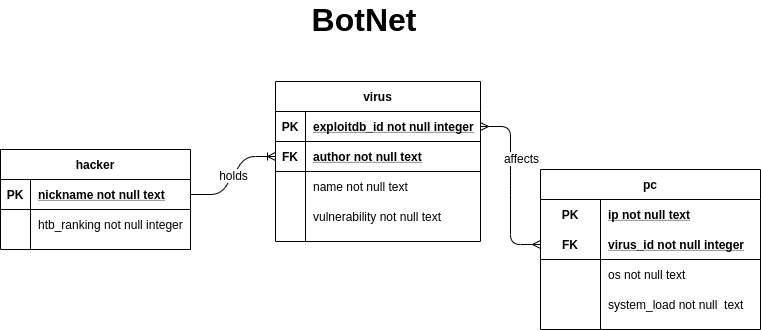
h0tw4t3r/uni_db_l1 keeps this draw.io diagram as er.png. Above is the earlier version. Source tidied: cells renumbered, new cells last; positions are measured from the earlier drawing's top-left corner, leaving out a move shared by most shapes.
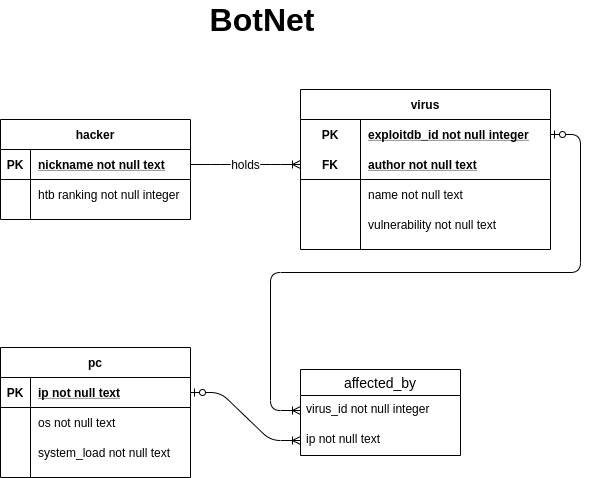
After the commit.

Diff of the diagram source:
```diff
@@ -5,115 +5,113 @@
     <mxCell id="2" value="&lt;font style=&quot;font-size: 32px&quot;&gt;BotNet&lt;/font&gt;" style="text;html=1;strokeColor=none;fillColor=none;align=center;verticalAlign=middle;whiteSpace=wrap;rounded=0;fontStyle=1;" parent="1" vertex="1">
       <mxGeometry x="307" width="114" height="20" as="geometry" />
     </mxCell>
-    <mxCell id="3" style="edgeStyle=entityRelationEdgeStyle;fontSize=12;html=1;endArrow=ERmany;startArrow=ERmany;" parent="1" edge="1" source="14" target="30">
-      <mxGeometry relative="1" as="geometry" />
-    </mxCell>
-    <mxCell id="4" value="affects" style="edgeLabel;html=1;align=center;verticalAlign=middle;fontSize=12;" parent="3" vertex="1">
-      <mxGeometry x="-0.48" y="-1" relative="1" as="geometry">
-        <mxPoint x="11.2" y="14" as="offset" />
-      </mxGeometry>
-    </mxCell>
-    <mxCell id="5" value="holds" style="edgeStyle=entityRelationEdgeStyle;fontSize=12;html=1;endArrow=ERoneToMany;entryX=0;entryY=0.5;entryDx=0;entryDy=0;" parent="1" edge="1" source="7" target="17">
+    <mxCell id="5" value="holds" style="edgeStyle=entityRelationEdgeStyle;fontSize=12;html=1;endArrow=ERoneToMany;entryX=0;entryY=0.5;entryDx=0;entryDy=0;" parent="1" edge="1" source="43" target="49">
       <mxGeometry relative="1" as="geometry" />
     </mxCell>
+    <mxCell id="39" style="edgeStyle=entityRelationEdgeStyle;fontSize=12;html=1;endArrow=ERoneToMany;startArrow=ERzeroToOne;entryX=0;entryY=0.5;entryDx=0;entryDy=0;exitX=1;exitY=0.5;exitDx=0;exitDy=0;" parent="1" edge="1" source="48" target="32">
+      <mxGeometry relative="1" as="geometry" />
+    </mxCell>
+    <mxCell id="40" style="edgeStyle=entityRelationEdgeStyle;fontSize=12;html=1;endArrow=ERoneToMany;startArrow=ERzeroToOne;" parent="1" edge="1" source="54" target="42">
+      <mxGeometry relative="1" as="geometry" />
+    </mxCell>
+    <mxCell id="41" value="affected_by" style="swimlane;fontStyle=0;horizontal=1;startSize=26;align=center;fontSize=14;" parent="1" vertex="1">
+      <mxGeometry x="402" y="360" width="160" height="86" as="geometry" />
+    </mxCell>
+    <mxCell id="32" value="virus_id not null integer" style="text;strokeColor=none;fillColor=none;spacingLeft=4;spacingRight=4;overflow=hidden;points=[[0,0.5],[1,0.5]];portConstraint=eastwest;fontSize=12;" parent="41" vertex="1">
+      <mxGeometry y="26" width="160" height="30" as="geometry" />
+    </mxCell>
+    <mxCell id="42" value="ip not null text" style="text;strokeColor=none;fillColor=none;spacingLeft=4;spacingRight=4;overflow=hidden;points=[[0,0.5],[1,0.5]];portConstraint=eastwest;fontSize=12;" parent="41" vertex="1">
+      <mxGeometry y="56" width="160" height="30" as="geometry" />
+    </mxCell>
     <mxCell id="6" value="hacker" style="shape=table;startSize=30;rowLines=0;fontStyle=1;align=center;" parent="1" vertex="1">
-      <mxGeometry y="140" width="190" height="100" as="geometry" />
+      <mxGeometry x="102" y="110" width="190" height="100" as="geometry" />
     </mxCell>
-    <mxCell id="7" style="shape=partialRectangle;fillColor=none;top=0;left=0;bottom=1;right=0;points=[[0,0.5],[1,0.5]];portConstraint=eastwest;" parent="6" vertex="1">
-      <mxGeometry y="30" width="190" height="30" as="geometry" />
-    </mxCell>
-    <mxCell id="8" value="PK" style="shape=partialRectangle;fillColor=none;top=0;left=0;bottom=0;right=0;fontStyle=1;overflow=hidden;" parent="7" vertex="1">
-      <mxGeometry width="30" height="30" as="geometry" />
-    </mxCell>
+    <mxCell id="43" style="shape=partialRectangle;fillColor=none;top=0;left=0;bottom=1;right=0;points=[[0,0.5],[1,0.5]];portConstraint=eastwest;" parent="6" vertex="1">
+      <mxGeometry y="30" width="190" height="30" as="geometry" />
+    </mxCell>
+    <mxCell id="44" value="PK" style="shape=partialRectangle;fillColor=none;top=0;left=0;bottom=0;right=0;fontStyle=1;overflow=hidden;" parent="43" vertex="1">
+      <mxGeometry width="30" height="30" as="geometry" />
+    </mxCell>
-    <mxCell id="9" value="nickname not null text" style="shape=partialRectangle;fillColor=none;top=0;left=0;bottom=0;right=0;align=left;spacingLeft=6;fontStyle=5;overflow=hidden;" parent="7" vertex="1">
+    <mxCell id="9" value="nickname not null text" style="shape=partialRectangle;fillColor=none;top=0;left=0;bottom=0;right=0;align=left;spacingLeft=6;fontStyle=5;overflow=hidden;" parent="43" vertex="1">
       <mxGeometry x="30" width="160" height="30" as="geometry" />
     </mxCell>
-    <mxCell id="10" style="shape=partialRectangle;fillColor=none;top=0;left=0;bottom=0;right=0;" parent="6" vertex="1">
-      <mxGeometry y="60" width="190" height="30" as="geometry" />
-    </mxCell>
-    <mxCell id="11" style="shape=partialRectangle;fillColor=none;top=0;left=0;bottom=0;right=0;overflow=hidden;" parent="10" vertex="1">
-      <mxGeometry width="30" height="30" as="geometry" />
-    </mxCell>
-    <mxCell id="12" value="htb_ranking not null integer" style="shape=partialRectangle;fillColor=none;top=0;left=0;bottom=0;right=0;align=left;spacingLeft=6;overflow=hidden;" parent="10" vertex="1">
-      <mxGeometry x="30" width="160" height="30" as="geometry" />
-    </mxCell>
+    <mxCell id="45" style="shape=partialRectangle;fillColor=none;top=0;left=0;bottom=0;right=0;" parent="6" vertex="1">
+      <mxGeometry y="60" width="190" height="30" as="geometry" />
+    </mxCell>
+    <mxCell id="46" style="shape=partialRectangle;fillColor=none;top=0;left=0;bottom=0;right=0;overflow=hidden;" parent="45" vertex="1">
+      <mxGeometry width="30" height="30" as="geometry" />
+    </mxCell>
+    <mxCell id="47" value="htb ranking not null integer" style="shape=partialRectangle;fillColor=none;top=0;left=0;bottom=0;right=0;align=left;spacingLeft=6;overflow=hidden;" parent="45" vertex="1">
+      <mxGeometry x="30" width="160" height="30" as="geometry" />
+    </mxCell>
     <mxCell id="13" value="virus" style="shape=table;startSize=30;rowLines=0;fontStyle=1;align=center;" parent="1" vertex="1">
-      <mxGeometry x="275" y="72" width="205" height="160" as="geometry" />
+      <mxGeometry x="402" y="80" width="250" height="160" as="geometry" />
     </mxCell>
-    <mxCell id="14" style="shape=partialRectangle;fillColor=none;top=0;left=0;bottom=1;right=0;points=[[0,0.5],[1,0.5]];portConstraint=eastwest;" parent="13" vertex="1">
-      <mxGeometry y="30" width="205" height="30" as="geometry" />
-    </mxCell>
-    <mxCell id="15" value="PK" style="shape=partialRectangle;fillColor=none;top=0;left=0;bottom=0;right=0;fontStyle=1;overflow=hidden;" parent="14" vertex="1">
-      <mxGeometry width="30" height="30" as="geometry" />
-    </mxCell>
+    <mxCell id="48" style="shape=partialRectangle;fillColor=none;top=0;left=0;bottom=0;right=0;points=[[0,0.5],[1,0.5]];portConstraint=eastwest;" parent="13" vertex="1">
+      <mxGeometry y="30" width="250" height="30" as="geometry" />
+    </mxCell>
+    <mxCell id="28" value="PK" style="shape=partialRectangle;fillColor=none;top=0;left=0;bottom=0;right=0;fontStyle=1;overflow=hidden;" parent="48" vertex="1">
+      <mxGeometry width="60" height="30" as="geometry" />
+    </mxCell>
-    <mxCell id="16" value="exploitdb_id not null integer" style="shape=partialRectangle;fillColor=none;top=0;left=0;bottom=0;right=0;align=left;spacingLeft=6;fontStyle=5;overflow=hidden;" parent="14" vertex="1">
-      <mxGeometry x="30" width="175" height="30" as="geometry" />
+    <mxCell id="16" value="exploitdb_id not null integer" style="shape=partialRectangle;fillColor=none;top=0;left=0;bottom=0;right=0;align=left;spacingLeft=6;fontStyle=5;overflow=hidden;" parent="48" vertex="1">
+      <mxGeometry x="60" width="190" height="30" as="geometry" />
     </mxCell>
-    <mxCell id="17" style="shape=partialRectangle;fillColor=none;top=0;left=0;bottom=1;right=0;points=[[0,0.5],[1,0.5]];portConstraint=eastwest;" parent="13" vertex="1">
-      <mxGeometry y="60" width="205" height="30" as="geometry" />
-    </mxCell>
-    <mxCell id="18" value="FK" style="shape=partialRectangle;fillColor=none;top=0;left=0;bottom=0;right=0;fontStyle=1;overflow=hidden;" parent="17" vertex="1">
-      <mxGeometry width="30" height="30" as="geometry" />
-    </mxCell>
+    <mxCell id="49" style="shape=partialRectangle;fillColor=none;top=0;left=0;bottom=1;right=0;points=[[0,0.5],[1,0.5]];portConstraint=eastwest;" parent="13" vertex="1">
+      <mxGeometry y="60" width="250" height="30" as="geometry" />
+    </mxCell>
+    <mxCell id="31" value="FK" style="shape=partialRectangle;fillColor=none;top=0;left=0;bottom=0;right=0;fontStyle=1;overflow=hidden;" parent="49" vertex="1">
+      <mxGeometry width="60" height="30" as="geometry" />
+    </mxCell>
-    <mxCell id="19" value="author not null text" style="shape=partialRectangle;fillColor=none;top=0;left=0;bottom=0;right=0;align=left;spacingLeft=6;fontStyle=5;overflow=hidden;" parent="17" vertex="1">
-      <mxGeometry x="30" width="175" height="30" as="geometry" />
+    <mxCell id="19" value="author not null text" style="shape=partialRectangle;fillColor=none;top=0;left=0;bottom=0;right=0;align=left;spacingLeft=6;fontStyle=5;overflow=hidden;" parent="49" vertex="1">
+      <mxGeometry x="60" width="190" height="30" as="geometry" />
     </mxCell>
-    <mxCell id="20" style="shape=partialRectangle;fillColor=none;top=0;left=0;bottom=0;right=0;" parent="13" vertex="1">
-      <mxGeometry y="90" width="205" height="30" as="geometry" />
-    </mxCell>
-    <mxCell id="21" style="shape=partialRectangle;fillColor=none;top=0;left=0;bottom=0;right=0;overflow=hidden;" parent="20" vertex="1">
-      <mxGeometry width="30" height="30" as="geometry" />
-    </mxCell>
+    <mxCell id="50" style="shape=partialRectangle;fillColor=none;top=0;left=0;bottom=0;right=0;" parent="13" vertex="1">
+      <mxGeometry y="90" width="250" height="30" as="geometry" />
+    </mxCell>
+    <mxCell id="51" style="shape=partialRectangle;fillColor=none;top=0;left=0;bottom=0;right=0;overflow=hidden;" parent="50" vertex="1">
+      <mxGeometry width="60" height="30" as="geometry" />
+    </mxCell>
-    <mxCell id="22" value="name not null text" style="shape=partialRectangle;fillColor=none;top=0;left=0;bottom=0;right=0;align=left;spacingLeft=6;overflow=hidden;" parent="20" vertex="1">
-      <mxGeometry x="30" width="175" height="30" as="geometry" />
+    <mxCell id="22" value="name not null text" style="shape=partialRectangle;fillColor=none;top=0;left=0;bottom=0;right=0;align=left;spacingLeft=6;overflow=hidden;" parent="50" vertex="1">
+      <mxGeometry x="60" width="190" height="30" as="geometry" />
     </mxCell>
-    <mxCell id="23" style="shape=partialRectangle;fillColor=none;top=0;left=0;bottom=0;right=0;" parent="13" vertex="1">
-      <mxGeometry y="120" width="205" height="30" as="geometry" />
-    </mxCell>
-    <mxCell id="24" style="shape=partialRectangle;fillColor=none;top=0;left=0;bottom=0;right=0;overflow=hidden;" parent="23" vertex="1">
-      <mxGeometry width="30" height="30" as="geometry" />
-    </mxCell>
+    <mxCell id="52" style="shape=partialRectangle;fillColor=none;top=0;left=0;bottom=0;right=0;" parent="13" vertex="1">
+      <mxGeometry y="120" width="250" height="30" as="geometry" />
+    </mxCell>
+    <mxCell id="53" style="shape=partialRectangle;fillColor=none;top=0;left=0;bottom=0;right=0;overflow=hidden;" parent="52" vertex="1">
+      <mxGeometry width="60" height="30" as="geometry" />
+    </mxCell>
-    <mxCell id="25" value="vulnerability not null text" style="shape=partialRectangle;fillColor=none;top=0;left=0;bottom=0;right=0;align=left;spacingLeft=6;overflow=hidden;" parent="23" vertex="1">
-      <mxGeometry x="30" width="175" height="30" as="geometry" />
+    <mxCell id="25" value="vulnerability not null text" style="shape=partialRectangle;fillColor=none;top=0;left=0;bottom=0;right=0;align=left;spacingLeft=6;overflow=hidden;" parent="52" vertex="1">
+      <mxGeometry x="60" width="190" height="30" as="geometry" />
     </mxCell>
     <mxCell id="26" value="pc" style="shape=table;startSize=30;rowLines=0;fontStyle=1;align=center;" parent="1" vertex="1">
-      <mxGeometry x="540" y="160" width="220" height="160" as="geometry" />
+      <mxGeometry x="102" y="338" width="190" height="130" as="geometry" />
     </mxCell>
-    <mxCell id="27" style="shape=partialRectangle;fillColor=none;top=0;left=0;bottom=0;right=0;" parent="26" vertex="1">
-      <mxGeometry y="30" width="220" height="30" as="geometry" />
-    </mxCell>
-    <mxCell id="28" value="PK" style="shape=partialRectangle;fillColor=none;top=0;left=0;bottom=0;right=0;fontStyle=1;overflow=hidden;" parent="27" vertex="1">
-      <mxGeometry width="60" height="30" as="geometry" />
-    </mxCell>
+    <mxCell id="54" style="shape=partialRectangle;fillColor=none;top=0;left=0;bottom=1;right=0;points=[[0,0.5],[1,0.5]];portConstraint=eastwest;" parent="26" vertex="1">
+      <mxGeometry y="30" width="190" height="30" as="geometry" />
+    </mxCell>
+    <mxCell id="55" value="PK" style="shape=partialRectangle;fillColor=none;top=0;left=0;bottom=0;right=0;fontStyle=1;overflow=hidden;" parent="54" vertex="1">
+      <mxGeometry width="30" height="30" as="geometry" />
+    </mxCell>
-    <mxCell id="29" value="ip not null text" style="shape=partialRectangle;fillColor=none;top=0;left=0;bottom=0;right=0;align=left;spacingLeft=6;fontStyle=5;overflow=hidden;" parent="27" vertex="1">
-      <mxGeometry x="60" width="160" height="30" as="geometry" />
+    <mxCell id="29" value="ip not null text" style="shape=partialRectangle;fillColor=none;top=0;left=0;bottom=0;right=0;align=left;spacingLeft=6;fontStyle=5;overflow=hidden;" parent="54" vertex="1">
+      <mxGeometry x="30" width="160" height="30" as="geometry" />
     </mxCell>
-    <mxCell id="30" style="shape=partialRectangle;fillColor=none;top=0;left=0;bottom=1;right=0;points=[[0,0.5],[1,0.5]];portConstraint=eastwest;" parent="26" vertex="1">
-      <mxGeometry y="60" width="220" height="30" as="geometry" />
-    </mxCell>
-    <mxCell id="31" value="FK" style="shape=partialRectangle;fillColor=none;top=0;left=0;bottom=0;right=0;fontStyle=1;overflow=hidden;" parent="30" vertex="1">
-      <mxGeometry width="60" height="30" as="geometry" />
-    </mxCell>
-    <mxCell id="32" value="virus_id not null integer" style="shape=partialRectangle;fillColor=none;top=0;left=0;bottom=0;right=0;align=left;spacingLeft=6;fontStyle=5;overflow=hidden;" parent="30" vertex="1">
-      <mxGeometry x="60" width="160" height="30" as="geometry" />
-    </mxCell>
-    <mxCell id="33" style="shape=partialRectangle;fillColor=none;top=0;left=0;bottom=0;right=0;" parent="26" vertex="1">
-      <mxGeometry y="90" width="220" height="30" as="geometry" />
-    </mxCell>
-    <mxCell id="34" style="shape=partialRectangle;fillColor=none;top=0;left=0;bottom=0;right=0;overflow=hidden;" parent="33" vertex="1">
-      <mxGeometry width="60" height="30" as="geometry" />
-    </mxCell>
+    <mxCell id="56" style="shape=partialRectangle;fillColor=none;top=0;left=0;bottom=0;right=0;" parent="26" vertex="1">
+      <mxGeometry y="60" width="190" height="30" as="geometry" />
+    </mxCell>
+    <mxCell id="57" style="shape=partialRectangle;fillColor=none;top=0;left=0;bottom=0;right=0;overflow=hidden;" parent="56" vertex="1">
+      <mxGeometry width="30" height="30" as="geometry" />
+    </mxCell>
-    <mxCell id="35" value="os not null text" style="shape=partialRectangle;fillColor=none;top=0;left=0;bottom=0;right=0;align=left;spacingLeft=6;overflow=hidden;" parent="33" vertex="1">
-      <mxGeometry x="60" width="160" height="30" as="geometry" />
+    <mxCell id="35" value="os not null text" style="shape=partialRectangle;fillColor=none;top=0;left=0;bottom=0;right=0;align=left;spacingLeft=6;overflow=hidden;" parent="56" vertex="1">
+      <mxGeometry x="30" width="160" height="30" as="geometry" />
     </mxCell>
-    <mxCell id="36" style="shape=partialRectangle;fillColor=none;top=0;left=0;bottom=0;right=0;" parent="26" vertex="1">
-      <mxGeometry y="120" width="220" height="30" as="geometry" />
-    </mxCell>
-    <mxCell id="37" style="shape=partialRectangle;fillColor=none;top=0;left=0;bottom=0;right=0;overflow=hidden;" parent="36" vertex="1">
-      <mxGeometry width="60" height="30" as="geometry" />
-    </mxCell>
+    <mxCell id="58" style="shape=partialRectangle;fillColor=none;top=0;left=0;bottom=0;right=0;" parent="26" vertex="1">
+      <mxGeometry y="90" width="190" height="30" as="geometry" />
+    </mxCell>
+    <mxCell id="59" style="shape=partialRectangle;fillColor=none;top=0;left=0;bottom=0;right=0;overflow=hidden;" parent="58" vertex="1">
+      <mxGeometry width="30" height="30" as="geometry" />
+    </mxCell>
-    <mxCell id="38" value="system_load not null  text" style="shape=partialRectangle;fillColor=none;top=0;left=0;bottom=0;right=0;align=left;spacingLeft=6;overflow=hidden;" parent="36" vertex="1">
-      <mxGeometry x="60" width="160" height="30" as="geometry" />
+    <mxCell id="38" value="system_load not null text" style="shape=partialRectangle;fillColor=none;top=0;left=0;bottom=0;right=0;align=left;spacingLeft=6;overflow=hidden;" parent="58" vertex="1">
+      <mxGeometry x="30" width="160" height="30" as="geometry" />
     </mxCell>
   </root>
 </mxGraphModel>
```
